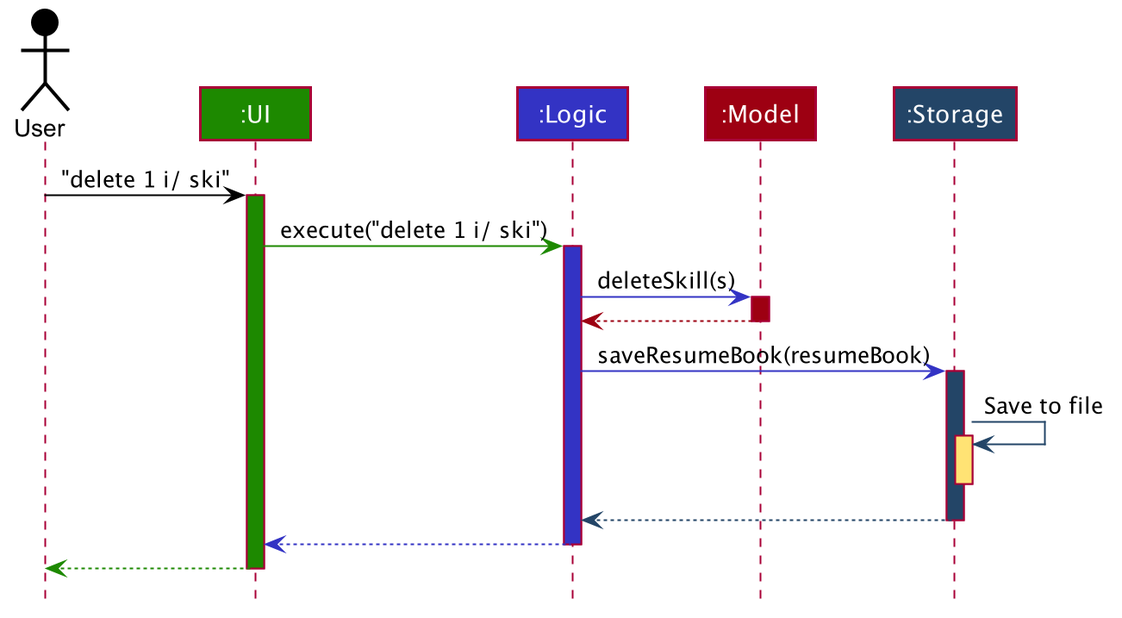
wardetu/main keeps this PlantUML diagram as docs/images/ArchitectureSequenceDiagram.png. Above is the earlier version.
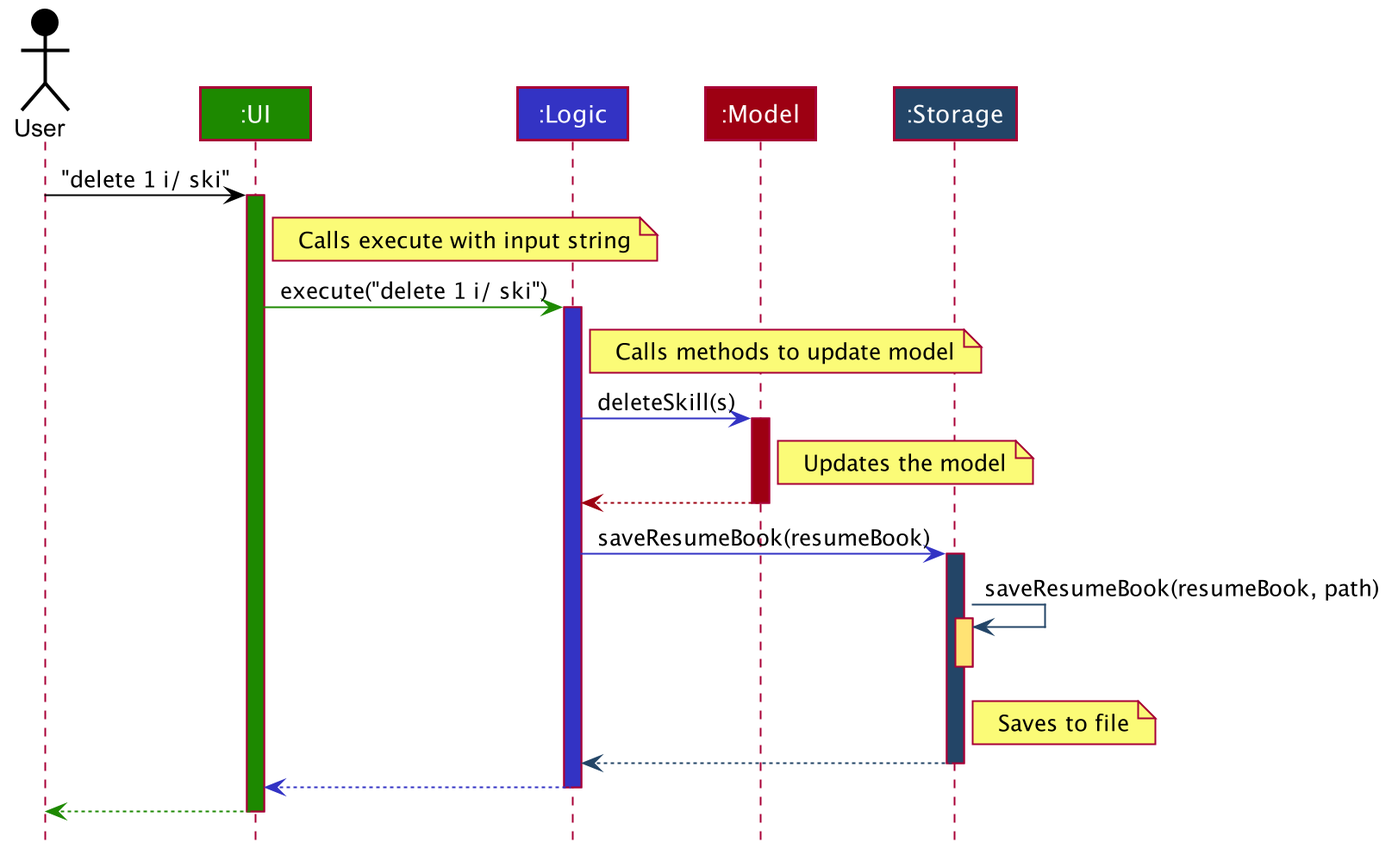
The same file after the commit.

What changed in the source:
```diff
@@ -1,4 +1,5 @@
 @startuml
+
 
 
 
@@ -56,12 +57,15 @@
 
 user -[#000000]> ui : "delete 1 i/ ski"
 activate ui #1D8900
+note right of ui: Calls execute with input string
 
 ui -[#1D8900]> logic : execute("delete 1 i/ ski")
 activate logic #3333C4
+note right of logic: Calls methods to update model
 
 logic -[#3333C4]> model : deleteSkill(s)
 activate model #9D0012
+note right of model: Updates the model
 
 model -[#9D0012]-> logic
 deactivate model
@@ -69,7 +73,8 @@
 logic -[#3333C4]> storage : saveResumeBook(resumeBook)
 activate storage #234567
 
-storage -[#234567]> storage : Save to file
+storage -[#234567]> storage : saveResumeBook(resumeBook, path)
+note right of storage: Saves to file
 activate storage #FFE374
 deactivate storage
 
```
